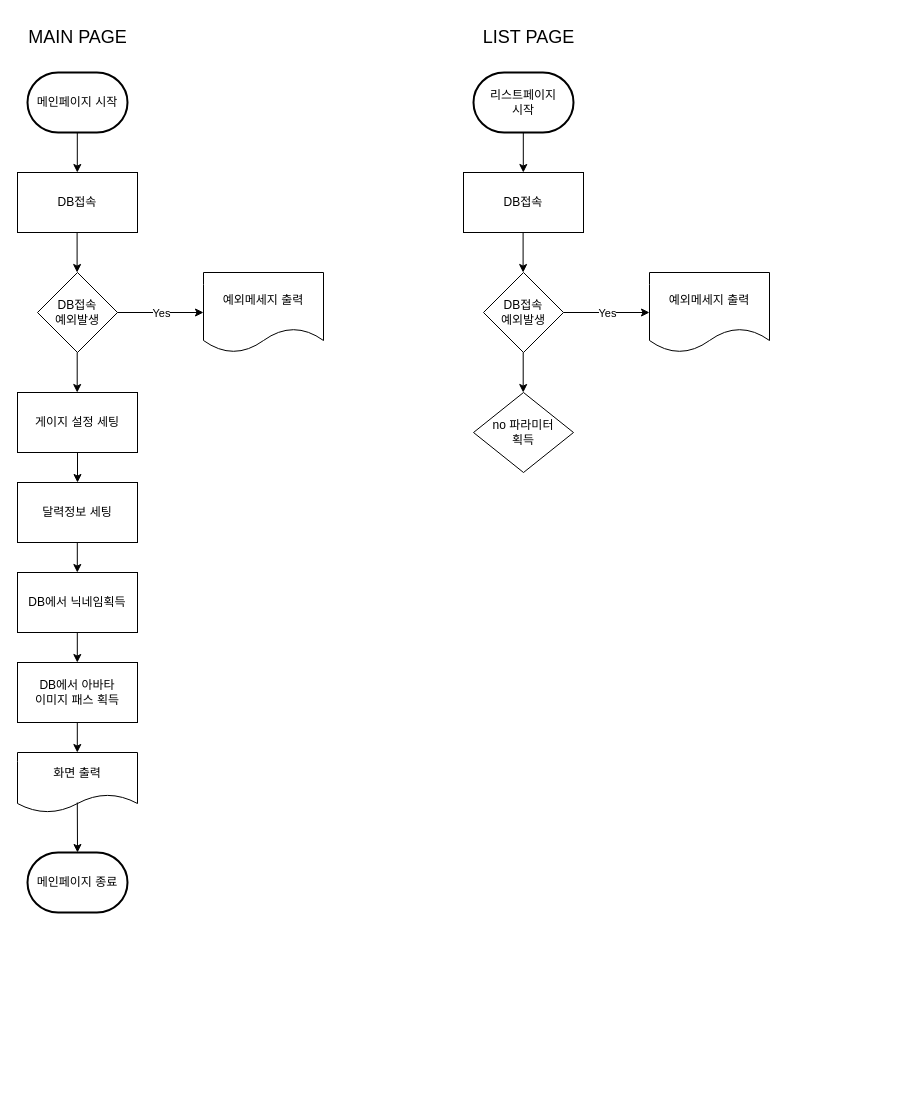
Above: 플로우차트/메인,리스트.drawio in 1st-team2/everytimewantgohome (draw.io), before the change. Source tidied: cells renumbered, new cells numbered last; positions are measured from the earlier drawing's top-left corner, leaving out a move shared by most shapes. Both pictures are drawn from the tidied source at 100%, with x=0, y=0 at pixel (17, 17).
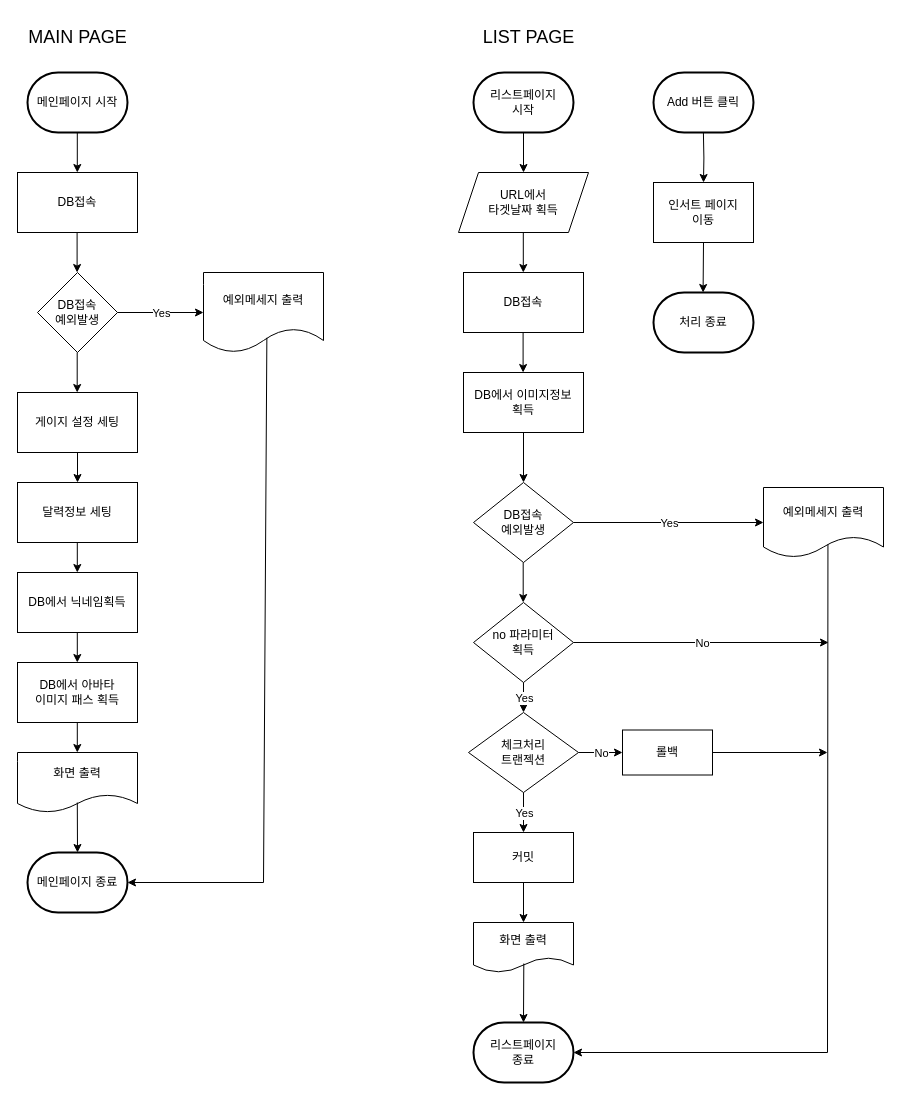
Above is the later version.

Commit message (it also covers changes not shown here):
메인,리스트 플로우차트완료

Unchanged cells that the change refers to:
```xml
<mxCell id="5" value="예외메세지 출력" style="shape=document;whiteSpace=wrap;html=1;boundedLbl=1;" parent="1" vertex="1">
  <mxGeometry x="186" y="255" width="120" height="80" as="geometry" />
</mxCell>
<mxCell id="16" value="메인페이지 종료" style="strokeWidth=2;html=1;shape=mxgraph.flowchart.terminator;whiteSpace=wrap;" parent="1" vertex="1">
  <mxGeometry x="10" y="835" width="100" height="60" as="geometry" />
</mxCell>
<mxCell id="24" value="리스트페이지&lt;div&gt;시작&lt;/div&gt;" style="strokeWidth=2;html=1;shape=mxgraph.flowchart.terminator;whiteSpace=wrap;" parent="1" vertex="1">
  <mxGeometry x="456" y="55" width="100" height="60" as="geometry" />
</mxCell>
```

What changed in the source:
```diff
@@
+    <mxCell id="34" style="edgeStyle=orthogonalEdgeStyle;rounded=0;jettySize=auto;html=1;exitX=0.5;exitY=1;exitDx=0;exitDy=0;exitPerimeter=0;entryX=0.5;entryY=0;entryDx=0;entryDy=0;" parent="1" edge="1" source="24" target="35">
+      <mxGeometry relative="1" as="geometry" />
+    </mxCell>
@@
     <mxCell id="25" value="DB접속" style="rounded=0;whiteSpace=wrap;html=1;" parent="1" vertex="1">
-      <mxGeometry x="446" y="155" width="120" height="60" as="geometry" />
+      <mxGeometry x="446" y="255" width="120" height="60" as="geometry" />
     </mxCell>
     <mxCell id="26" style="endArrow=classic;html=1;rounded=0;exitX=0.5;exitY=1;exitDx=0;exitDy=0;exitPerimeter=0;entryX=0.5;entryY=0;entryDx=0;entryDy=0;" parent="1" edge="1">
       <mxGeometry relative="1" as="geometry">
-        <mxPoint x="505.8" y="115" as="sourcePoint" />
-        <mxPoint x="505.8" y="155" as="targetPoint" />
+        <mxPoint x="505.8" y="215" as="sourcePoint" />
+        <mxPoint x="505.8" y="255" as="targetPoint" />
       </mxGeometry>
     </mxCell>
     <mxCell id="27" value="DB접속&lt;div&gt;예외발생&lt;/div&gt;" style="rhombus;whiteSpace=wrap;html=1;" parent="1" vertex="1">
-      <mxGeometry x="466" y="255" width="80" height="80" as="geometry" />
+      <mxGeometry x="456" y="465" width="100" height="80" as="geometry" />
     </mxCell>
     <mxCell id="28" value="예외메세지 출력" style="shape=document;whiteSpace=wrap;html=1;boundedLbl=1;" parent="1" vertex="1">
-      <mxGeometry x="632" y="255" width="120" height="80" as="geometry" />
+      <mxGeometry x="746" y="470" width="120" height="70" as="geometry" />
     </mxCell>
     <mxCell id="29" style="endArrow=classic;html=1;rounded=0;exitX=0.5;exitY=1;exitDx=0;exitDy=0;exitPerimeter=0;entryX=0.5;entryY=0;entryDx=0;entryDy=0;" parent="1" edge="1">
       <mxGeometry relative="1" as="geometry">
-        <mxPoint x="505.7" y="335" as="sourcePoint" />
-        <mxPoint x="505.7" y="375" as="targetPoint" />
+        <mxPoint x="505.7" y="545" as="sourcePoint" />
+        <mxPoint x="505.7" y="585" as="targetPoint" />
       </mxGeometry>
     </mxCell>
@@
     <mxCell id="32" style="endArrow=classic;html=1;rounded=0;exitX=0.5;exitY=1;exitDx=0;exitDy=0;exitPerimeter=0;entryX=0.5;entryY=0;entryDx=0;entryDy=0;" parent="1" edge="1">
       <mxGeometry relative="1" as="geometry">
-        <mxPoint x="505.6" y="215" as="sourcePoint" />
-        <mxPoint x="505.6" y="255" as="targetPoint" />
+        <mxPoint x="505.6" y="315" as="sourcePoint" />
+        <mxPoint x="505.6" y="355" as="targetPoint" />
       </mxGeometry>
     </mxCell>
     <mxCell id="33" value="no 파라미터&lt;div&gt;획득&lt;/div&gt;" style="rhombus;whiteSpace=wrap;html=1;" parent="1" vertex="1">
-      <mxGeometry x="456" y="375" width="100" height="80" as="geometry" />
+      <mxGeometry x="456" y="585" width="100" height="80" as="geometry" />
     </mxCell>
+    <mxCell id="35" value="URL에서 &lt;br&gt;타겟날짜 획득" style="shape=parallelogram;perimeter=parallelogramPerimeter;whiteSpace=wrap;html=1;fixedSize=1;" parent="1" vertex="1">
+      <mxGeometry x="441" y="155" width="130" height="60" as="geometry" />
+    </mxCell>
+    <mxCell id="36" style="endArrow=classic;html=1;rounded=0;exitX=0.528;exitY=0.816;exitDx=0;exitDy=0;exitPerimeter=0;entryX=1;entryY=0.5;entryDx=0;entryDy=0;entryPerimeter=0;" parent="1" edge="1" source="5" target="16">
+      <mxGeometry relative="1" as="geometry">
+        <Array as="points">
+          <mxPoint x="246" y="865" />
+        </Array>
+      </mxGeometry>
+    </mxCell>
+    <mxCell id="37" value="체크처리&lt;br&gt;트랜젝션" style="rhombus;whiteSpace=wrap;html=1;" parent="1" vertex="1">
+      <mxGeometry x="451" y="695" width="110" height="80" as="geometry" />
+    </mxCell>
+    <mxCell id="38" value="커밋" style="rounded=0;whiteSpace=wrap;html=1;" parent="1" vertex="1">
+      <mxGeometry x="456" y="815" width="100" height="50" as="geometry" />
+    </mxCell>
+    <mxCell id="39" value="롤백" style="rounded=0;whiteSpace=wrap;html=1;" parent="1" vertex="1">
+      <mxGeometry x="605" y="712.5" width="90" height="45" as="geometry" />
+    </mxCell>
+    <mxCell id="40" style="endArrow=classic;html=1;rounded=0;entryX=0;entryY=0.5;entryDx=0;entryDy=0;exitX=1;exitY=0.5;exitDx=0;exitDy=0;" parent="1" edge="1" source="37" target="39">
+      <mxGeometry relative="1" as="geometry" />
+    </mxCell>
+    <mxCell id="41" value="No" style="edgeLabel;html=1;align=center;verticalAlign=middle;" parent="40" vertex="1">
+      <mxGeometry relative="1" as="geometry" />
+    </mxCell>
+    <mxCell id="42" style="endArrow=classic;html=1;rounded=0;exitX=0.5;exitY=1;exitDx=0;exitDy=0;entryX=0.5;entryY=0;entryDx=0;entryDy=0;" parent="1" edge="1" source="37" target="38">
+      <mxGeometry relative="1" as="geometry" />
+    </mxCell>
+    <mxCell id="43" value="Yes" style="edgeLabel;html=1;align=center;verticalAlign=middle;" parent="42" vertex="1">
+      <mxGeometry relative="1" as="geometry" />
+    </mxCell>
+    <mxCell id="44" style="endArrow=classic;html=1;rounded=0;exitX=0.537;exitY=0.813;exitDx=0;exitDy=0;exitPerimeter=0;entryX=1;entryY=0.5;entryDx=0;entryDy=0;entryPerimeter=0;" parent="1" edge="1" source="28" target="53">
+      <mxGeometry relative="1" as="geometry">
+        <Array as="points">
+          <mxPoint x="810" y="1035" />
+        </Array>
+      </mxGeometry>
+    </mxCell>
+    <mxCell id="45" style="endArrow=classic;html=1;rounded=0;exitX=1;exitY=0.5;exitDx=0;exitDy=0;" parent="1" edge="1" source="39">
+      <mxGeometry relative="1" as="geometry">
+        <mxPoint x="810" y="735" as="targetPoint" />
+      </mxGeometry>
+    </mxCell>
+    <mxCell id="46" style="endArrow=classic;html=1;rounded=0;exitX=0.5;exitY=1;exitDx=0;exitDy=0;entryX=0.5;entryY=0;entryDx=0;entryDy=0;" parent="1" edge="1" source="33" target="37">
+      <mxGeometry relative="1" as="geometry" />
+    </mxCell>
+    <mxCell id="47" value="Yes" style="edgeLabel;html=1;align=center;verticalAlign=middle;" parent="46" vertex="1">
+      <mxGeometry relative="1" as="geometry" />
+    </mxCell>
+    <mxCell id="48" style="endArrow=classic;html=1;rounded=0;exitX=1;exitY=0.5;exitDx=0;exitDy=0;" parent="1" edge="1" source="33">
+      <mxGeometry relative="1" as="geometry">
+        <mxPoint x="811" y="625" as="targetPoint" />
+      </mxGeometry>
+    </mxCell>
+    <mxCell id="49" value="No" style="edgeLabel;html=1;align=center;verticalAlign=middle;" parent="48" vertex="1">
+      <mxGeometry relative="1" as="geometry" />
+    </mxCell>
+    <mxCell id="50" value="DB에서 이미지정보&lt;br&gt;획득" style="rounded=0;whiteSpace=wrap;html=1;" parent="1" vertex="1">
+      <mxGeometry x="446" y="355" width="120" height="60" as="geometry" />
+    </mxCell>
+    <mxCell id="51" style="endArrow=classic;html=1;rounded=0;exitX=0.5;exitY=1;exitDx=0;exitDy=0;entryX=0.5;entryY=0;entryDx=0;entryDy=0;" parent="1" edge="1" source="50" target="27">
+      <mxGeometry relative="1" as="geometry" />
+    </mxCell>
+    <mxCell id="52" value="화면 출력" style="shape=document;whiteSpace=wrap;html=1;boundedLbl=1;" parent="1" vertex="1">
+      <mxGeometry x="456" y="905" width="100" height="50" as="geometry" />
+    </mxCell>
+    <mxCell id="53" value="리스트페이지&lt;br&gt;종료" style="strokeWidth=2;html=1;shape=mxgraph.flowchart.terminator;whiteSpace=wrap;" parent="1" vertex="1">
+      <mxGeometry x="456" y="1005" width="100" height="60" as="geometry" />
+    </mxCell>
+    <mxCell id="54" style="endArrow=classic;html=1;rounded=0;exitX=0.503;exitY=0.821;exitDx=0;exitDy=0;entryX=0.5;entryY=0;entryDx=0;entryDy=0;entryPerimeter=0;exitPerimeter=0;" parent="1" edge="1" source="52" target="53">
+      <mxGeometry relative="1" as="geometry" />
+    </mxCell>
+    <mxCell id="55" style="endArrow=classic;html=1;rounded=0;exitX=0.5;exitY=1;exitDx=0;exitDy=0;entryX=0.5;entryY=0;entryDx=0;entryDy=0;" parent="1" edge="1" source="38" target="52">
+      <mxGeometry relative="1" as="geometry" />
+    </mxCell>
+    <mxCell id="56" value="Add 버튼 클릭" style="strokeWidth=2;html=1;shape=mxgraph.flowchart.terminator;whiteSpace=wrap;" parent="1" vertex="1">
+      <mxGeometry x="636" y="55" width="100" height="60" as="geometry" />
+    </mxCell>
+    <mxCell id="57" value="인서트 페이지&lt;br&gt;이동" style="rounded=0;whiteSpace=wrap;html=1;" parent="1" vertex="1">
+      <mxGeometry x="636" y="165" width="100" height="60" as="geometry" />
+    </mxCell>
+    <mxCell id="58" value="처리 종료" style="strokeWidth=2;html=1;shape=mxgraph.flowchart.terminator;whiteSpace=wrap;" parent="1" vertex="1">
+      <mxGeometry x="636" y="275" width="100" height="60" as="geometry" />
+    </mxCell>
+    <mxCell id="59" style="edgeStyle=orthogonalEdgeStyle;rounded=0;jettySize=auto;html=1;exitX=0.5;exitY=1;exitDx=0;exitDy=0;exitPerimeter=0;entryX=0.5;entryY=0;entryDx=0;entryDy=0;" parent="1" edge="1" target="57">
+      <mxGeometry relative="1" as="geometry">
+        <mxPoint x="685.9" y="115" as="sourcePoint" />
+      </mxGeometry>
+    </mxCell>
+    <mxCell id="60" style="endArrow=classic;html=1;rounded=0;exitX=0.5;exitY=1;exitDx=0;exitDy=0;entryX=0.5;entryY=0;entryDx=0;entryDy=0;" parent="1" edge="1" source="57">
+      <mxGeometry relative="1" as="geometry">
+        <mxPoint x="685.6" y="275" as="targetPoint" />
+      </mxGeometry>
+    </mxCell>
```
